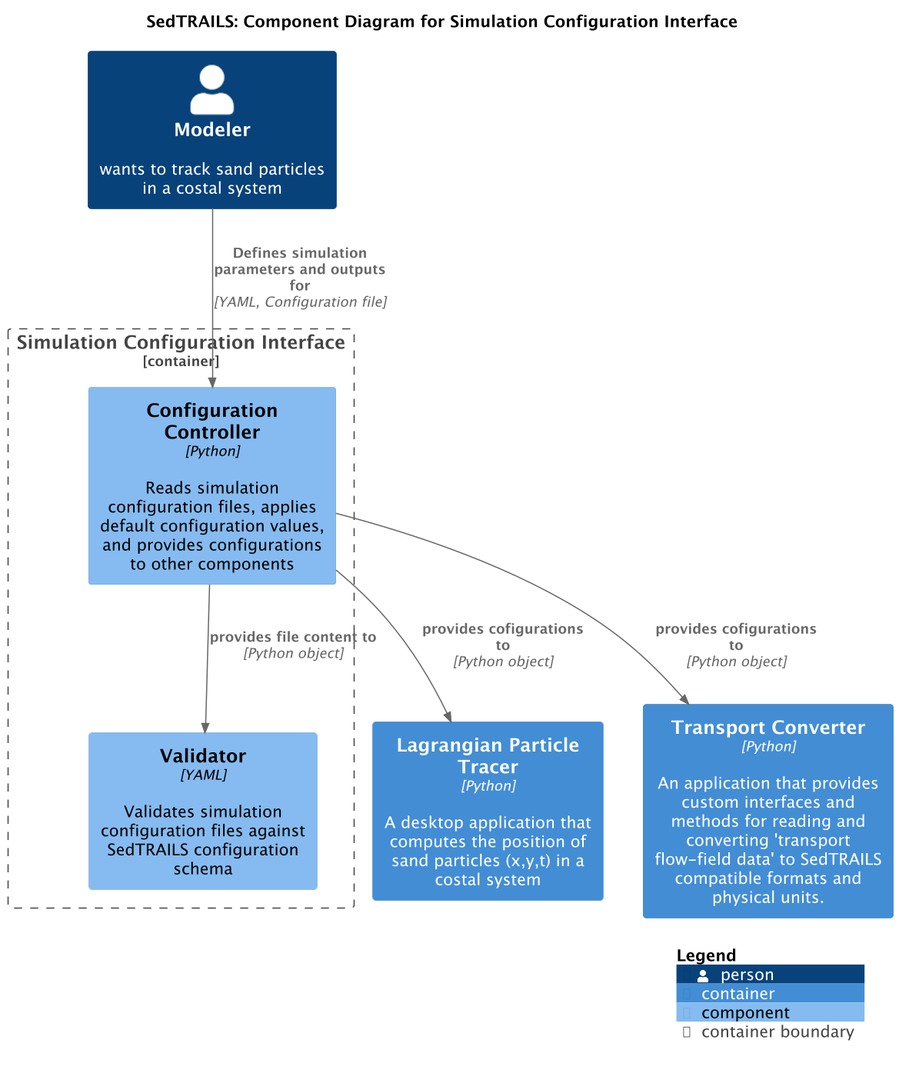
Before: img/v5/SedtrailComponentsConfigurationInterface.png, a diagram exported from PlantUML (sgpearson17/sedtrails-sgp). The source it was exported from:
```plantuml
@startuml SedtrailComponentsConfigurationInterface
!include ./c4/C4_Component.puml


title SedTRAILS: Component Diagram for Simulation Configuration Interface
scale 1.5

Person(modeler, "Modeler", "wants to track sand particles in a costal system")
Container(particleTracer, "Lagrangian Particle Tracer", "Python", "A desktop application that computes the position of sand particles (x,y,t) in a costal system")
Container(transportConverter, "Transport Converter", "Python", "An application that provides custom interfaces and methods for reading and converting 'transport flow-field data' to SedTRAILS compatible formats and physical units.")

Container_Boundary(configInterface, "Simulation Configuration Interface", "Python", "An application that reads and interprets simulation configuration files"){
    Component(configController, "Configuration Controller", "Python", "Reads simulation configuration files, applies default configuration values, and provides configurations to other components")
    Component(configValidator, "Validator", "YAML", "Validates simulation configuration files against SedTRAILS configuration schema")
    Rel(configController, configValidator, "provides file content to", "Python object")
}

Rel(modeler, configController, "Defines simulation parameters and outputs for", "YAML, Configuration file")
Rel(configController, particleTracer, "provides cofigurations to", "Python object")
Rel(configController, transportConverter, "provides cofigurations to", "Python object")

SHOW_LEGEND()
@enduml
```
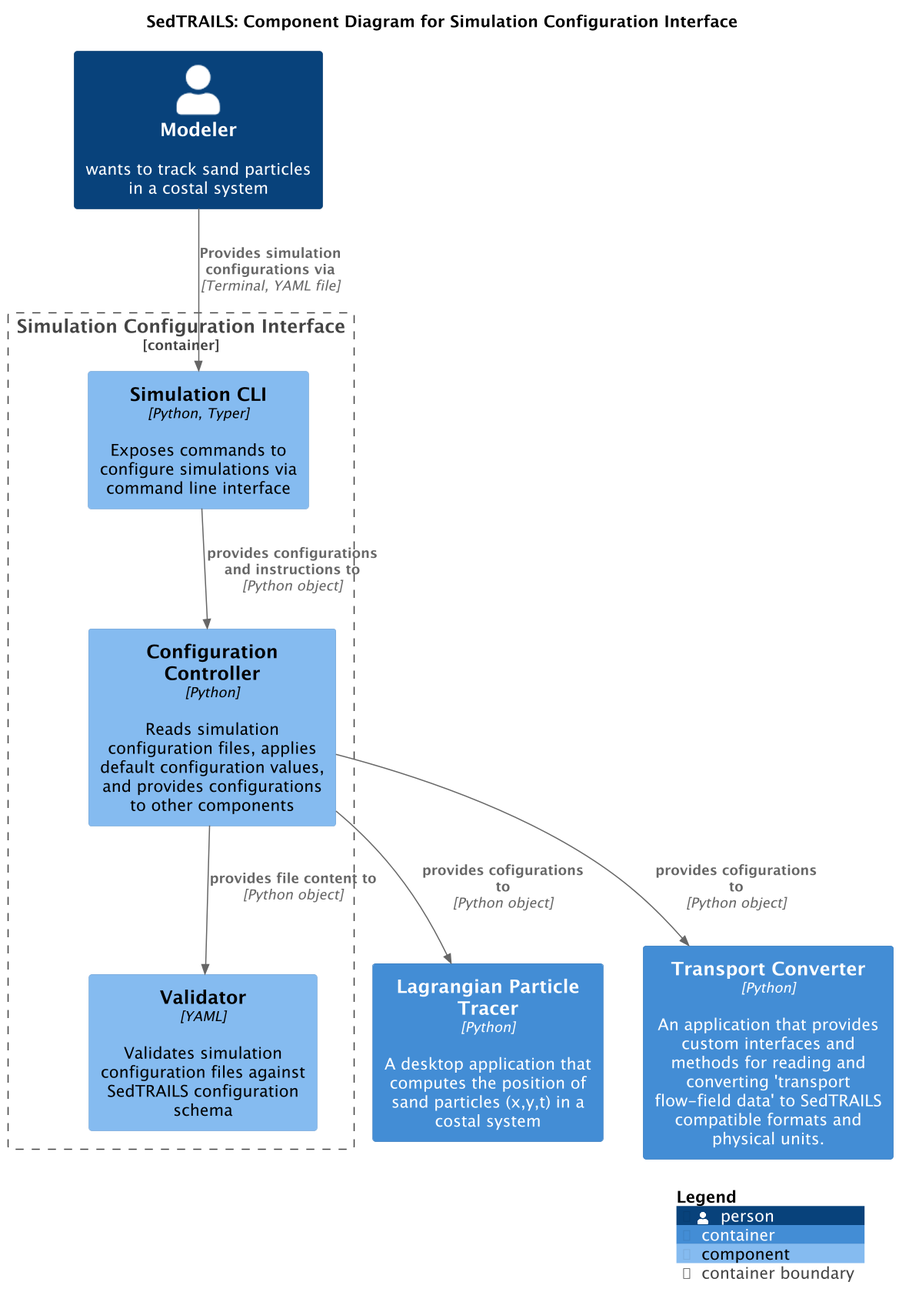
The same diagram one commit later.

Commit message:
update configuration interface and container diagrams

Diff of the diagram source:
```diff
@@ -10,12 +10,14 @@
 Container(transportConverter, "Transport Converter", "Python", "An application that provides custom interfaces and methods for reading and converting 'transport flow-field data' to SedTRAILS compatible formats and physical units.")
 
 Container_Boundary(configInterface, "Simulation Configuration Interface", "Python", "An application that reads and interprets simulation configuration files"){
+    Component(simulCli, "Simulation CLI", "Python, Typer", "Exposes commands to configure simulations via command line interface")
     Component(configController, "Configuration Controller", "Python", "Reads simulation configuration files, applies default configuration values, and provides configurations to other components")
     Component(configValidator, "Validator", "YAML", "Validates simulation configuration files against SedTRAILS configuration schema")
     Rel(configController, configValidator, "provides file content to", "Python object")
+    Rel(simulCli, configController, "provides configurations and instructions to", "Python object")
 }
 
-Rel(modeler, configController, "Defines simulation parameters and outputs for", "YAML, Configuration file")
+Rel(modeler, simulCli, "Provides simulation configurations via", "Terminal, YAML file")
 Rel(configController, particleTracer, "provides cofigurations to", "Python object")
 Rel(configController, transportConverter, "provides cofigurations to", "Python object")
 
```
